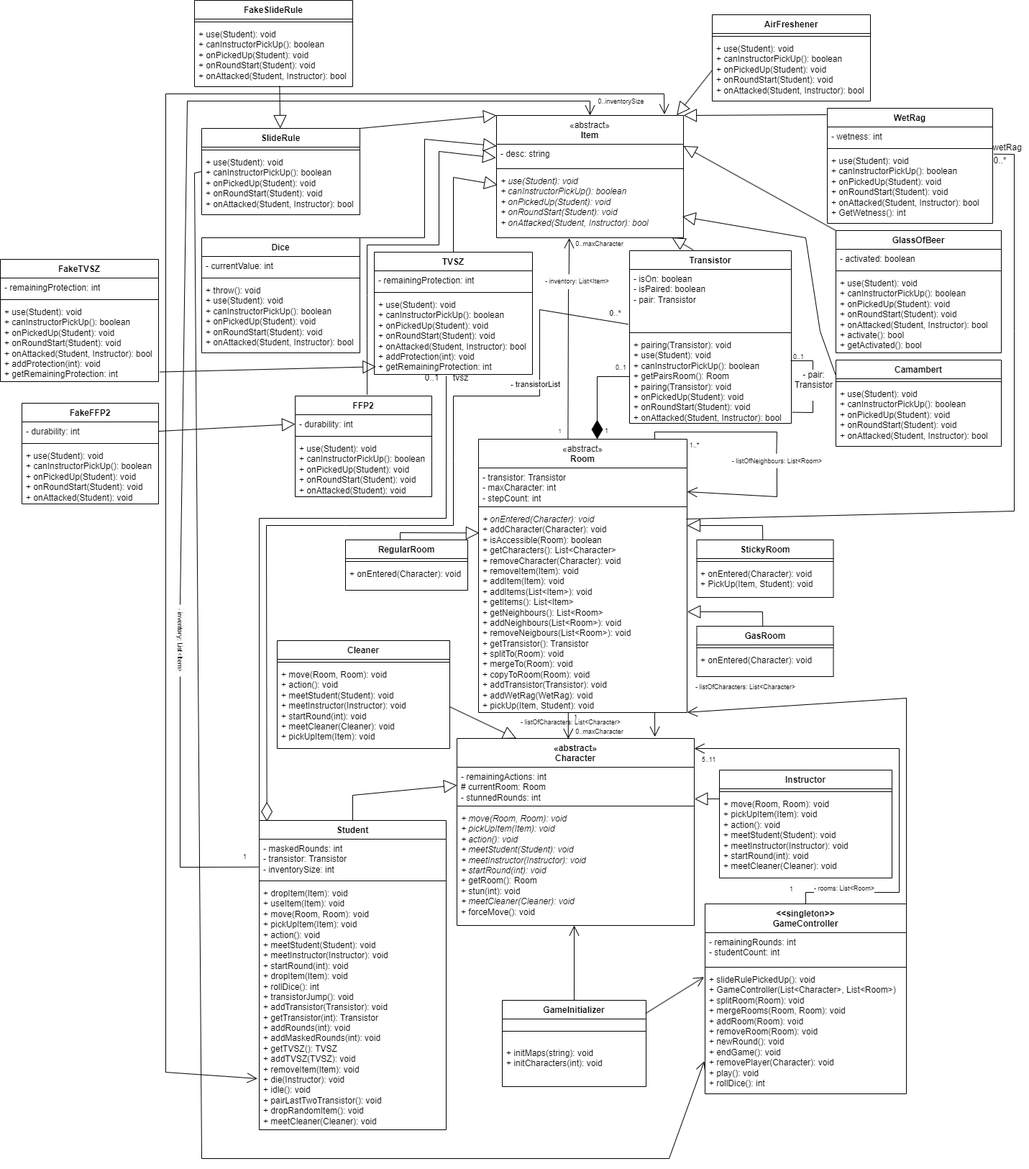
This is Beadások/6. Beadás/Export/Változás-Class Diagram.drawio.png from XanleR/U.B.R.---Projlab-2024, a draw.io export, as it was before one commit. Source tidied: cells renumbered, new cells last; positions are measured from the earlier drawing's top-left corner, leaving out a move shared by most shapes.
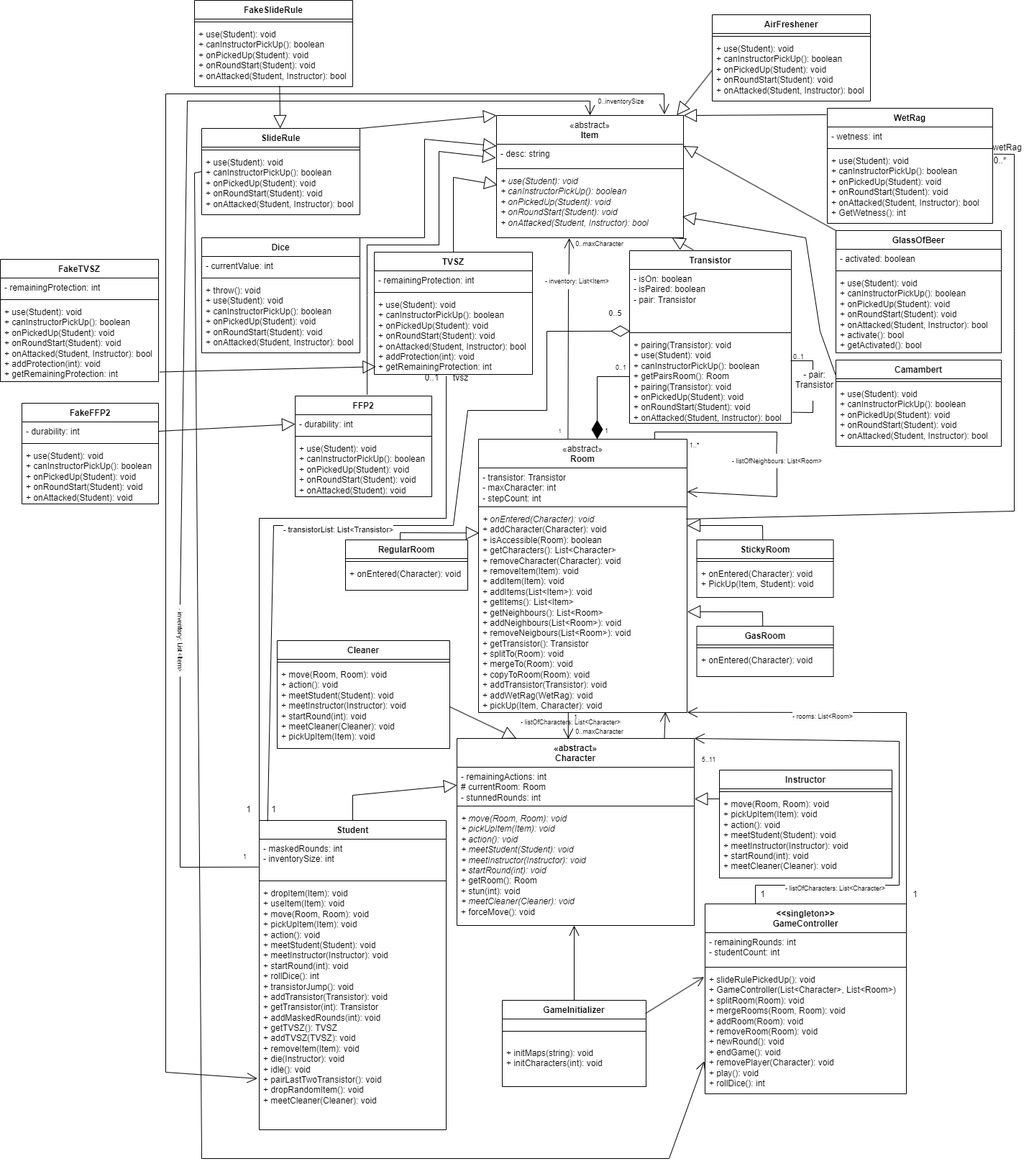
After the change.

What changed in the source:
```diff
@@ -147,3 +147,3 @@
     </mxCell>
-    <mxCell id="44" value="- maskedRounds: int&amp;nbsp;&lt;br&gt;&lt;div&gt;- transistor: Transistor&lt;/div&gt;&lt;div&gt;- inventorySize: int&lt;/div&gt;" style="text;strokeColor=none;fillColor=none;align=left;verticalAlign=top;spacingLeft=4;spacingRight=4;overflow=hidden;points=[[0,0.5],[1,0.5]];portConstraint=eastwest;whiteSpace=wrap;html=1;" parent="43" vertex="1">
+    <mxCell id="44" value="- maskedRounds: int&amp;nbsp;&lt;br&gt;&lt;div&gt;&lt;span style=&quot;background-color: initial;&quot;&gt;- inventorySize: int&lt;/span&gt;&lt;/div&gt;" style="text;strokeColor=none;fillColor=none;align=left;verticalAlign=top;spacingLeft=4;spacingRight=4;overflow=hidden;points=[[0,0.5],[1,0.5]];portConstraint=eastwest;whiteSpace=wrap;html=1;" parent="43" vertex="1">
       <mxGeometry y="26" width="260" height="54" as="geometry" />
@@ -153,3 +153,3 @@
     </mxCell>
-    <mxCell id="46" value="+ dropItem(Item): void&lt;br&gt;+ useItem(Item): void&lt;div&gt;+ move(Room, Room): void&lt;br&gt;+ pickUpItem(Item): void&lt;br&gt;+ action(): void&lt;br&gt;+ meetStudent(Student): void&lt;br&gt;+ meetInstructor(Instructor): void&lt;div&gt;+ startRound(int): void&lt;/div&gt;&lt;/div&gt;&lt;div&gt;&lt;span style=&quot;background-color: initial;&quot;&gt;+ dropItem(Item): void&lt;/span&gt;&lt;br&gt;&lt;/div&gt;&lt;div&gt;+ rollDice(): int&lt;/div&gt;&lt;div&gt;+ transistorJump(): void&lt;/div&gt;&lt;div&gt;+ addTransistor(Transistor): void&lt;/div&gt;&lt;div&gt;+ getTransistor(int): Transistor&lt;/div&gt;&lt;div&gt;+ addRounds(int): void&lt;/div&gt;&lt;div&gt;+ addMaskedRounds(int): void&lt;/div&gt;&lt;div&gt;+ getTVSZ(): TVSZ&lt;/div&gt;&lt;div&gt;+ addTVSZ(TVSZ): void&lt;/div&gt;&lt;div&gt;+ removeItem(Item): void&lt;/div&gt;&lt;div&gt;+ die(Instructor): void&lt;/div&gt;&lt;div&gt;+ idle(): void&lt;/div&gt;&lt;div&gt;+ pairLastTwoTransistor(): void&lt;/div&gt;&lt;div&gt;+ dropRandomItem(): void&lt;/div&gt;&lt;div&gt;+ meetCleaner(Cleaner): void&lt;br&gt;&lt;/div&gt;" style="text;strokeColor=none;fillColor=none;align=left;verticalAlign=top;spacingLeft=4;spacingRight=4;overflow=hidden;points=[[0,0.5],[1,0.5]];portConstraint=eastwest;whiteSpace=wrap;html=1;" parent="43" vertex="1">
+    <mxCell id="46" value="+ dropItem(Item): void&lt;br&gt;+ useItem(Item): void&lt;div&gt;+ move(Room, Room): void&lt;br&gt;+ pickUpItem(Item): void&lt;br&gt;+ action(): void&lt;br&gt;+ meetStudent(Student): void&lt;br&gt;+ meetInstructor(Instructor): void&lt;div&gt;+ startRound(int): void&lt;/div&gt;&lt;/div&gt;&lt;div&gt;&lt;span style=&quot;background-color: initial;&quot;&gt;+ rollDice(): int&lt;/span&gt;&lt;br&gt;&lt;/div&gt;&lt;div&gt;+ transistorJump(): void&lt;/div&gt;&lt;div&gt;+ addTransistor(Transistor): void&lt;/div&gt;&lt;div&gt;+ getTransistor(int): Transistor&lt;/div&gt;&lt;div&gt;&lt;span style=&quot;background-color: initial;&quot;&gt;+ addMaskedRounds(int): void&lt;/span&gt;&lt;br&gt;&lt;/div&gt;&lt;div&gt;+ getTVSZ(): TVSZ&lt;/div&gt;&lt;div&gt;+ addTVSZ(TVSZ): void&lt;/div&gt;&lt;div&gt;+ removeItem(Item): void&lt;/div&gt;&lt;div&gt;+ die(Instructor): void&lt;/div&gt;&lt;div&gt;+ idle(): void&lt;/div&gt;&lt;div&gt;+ pairLastTwoTransistor(): void&lt;/div&gt;&lt;div&gt;+ dropRandomItem(): void&lt;/div&gt;&lt;div&gt;+ meetCleaner(Cleaner): void&lt;br&gt;&lt;/div&gt;" style="text;strokeColor=none;fillColor=none;align=left;verticalAlign=top;spacingLeft=4;spacingRight=4;overflow=hidden;points=[[0,0.5],[1,0.5]];portConstraint=eastwest;whiteSpace=wrap;html=1;" parent="43" vertex="1">
       <mxGeometry y="88" width="260" height="342" as="geometry" />
@@ -202,3 +202,3 @@
     </mxCell>
-    <mxCell id="61" value="&lt;div&gt;&lt;i style=&quot;background-color: initial;&quot;&gt;+&amp;nbsp;onEntered(Character): void&lt;/i&gt;&lt;br&gt;&lt;/div&gt;+ addCharacter(Character): void&lt;div&gt;+&lt;span style=&quot;background-color: initial; text-align: center;&quot;&gt;&amp;nbsp;isAccessible(Room): boolean&lt;/span&gt;&lt;/div&gt;&lt;div&gt;&lt;span style=&quot;background-color: initial; text-align: center;&quot;&gt;+&lt;/span&gt;&lt;span style=&quot;background-color: initial; text-align: center;&quot;&gt;&amp;nbsp;getCharacters(): List&amp;lt;Character&amp;gt;&lt;/span&gt;&lt;/div&gt;&lt;div&gt;&lt;span style=&quot;background-color: initial; text-align: center;&quot;&gt;+&lt;/span&gt;&lt;span style=&quot;background-color: initial; text-align: center;&quot;&gt;&amp;nbsp;removeCharacter(Character): void&lt;/span&gt;&lt;/div&gt;&lt;div&gt;&lt;span style=&quot;background-color: initial; text-align: center;&quot;&gt;+&amp;nbsp;&lt;/span&gt;&lt;span style=&quot;background-color: initial; text-align: center;&quot;&gt;removeItem(Item): void&lt;/span&gt;&lt;/div&gt;&lt;div&gt;&lt;span style=&quot;background-color: initial; text-align: center;&quot;&gt;+&amp;nbsp;&lt;/span&gt;&lt;span style=&quot;background-color: initial; text-align: center;&quot;&gt;addItem(Item): void&lt;/span&gt;&lt;/div&gt;&lt;div&gt;&lt;span style=&quot;background-color: initial; text-align: center;&quot;&gt;+&amp;nbsp;&lt;/span&gt;&lt;span style=&quot;background-color: initial; text-align: center;&quot;&gt;addItems(List&amp;lt;Item&amp;gt;): void&lt;/span&gt;&lt;/div&gt;&lt;div&gt;&lt;span style=&quot;background-color: initial; text-align: center;&quot;&gt;+&amp;nbsp;&lt;/span&gt;&lt;span style=&quot;background-color: initial; text-align: center;&quot;&gt;getItems(): List&amp;lt;Item&amp;gt;&lt;/span&gt;&lt;/div&gt;&lt;div&gt;&lt;span style=&quot;background-color: initial; text-align: center;&quot;&gt;+&amp;nbsp;&lt;/span&gt;&lt;span style=&quot;background-color: initial; text-align: center;&quot;&gt;getNeighbours(): List&amp;lt;Room&amp;gt;&lt;/span&gt;&lt;/div&gt;&lt;div&gt;&lt;span style=&quot;background-color: initial; text-align: center;&quot;&gt;+&amp;nbsp;&lt;/span&gt;&lt;span style=&quot;background-color: initial; text-align: center;&quot;&gt;addNeighbours(List&amp;lt;Room&amp;gt;): void&lt;/span&gt;&lt;/div&gt;&lt;div&gt;&lt;span style=&quot;background-color: initial; text-align: center;&quot;&gt;+&amp;nbsp;&lt;/span&gt;&lt;span style=&quot;background-color: initial; text-align: center;&quot;&gt;removeNeigbours(List&amp;lt;Room&amp;gt;): void&lt;/span&gt;&lt;/div&gt;&lt;div&gt;&lt;span style=&quot;background-color: initial; text-align: center;&quot;&gt;+ getTransistor(): Transistor&lt;/span&gt;&lt;/div&gt;&lt;div&gt;&lt;span style=&quot;background-color: initial; text-align: center;&quot;&gt;+ splitTo(Room): void&lt;/span&gt;&lt;/div&gt;&lt;div&gt;&lt;span style=&quot;background-color: initial; text-align: center;&quot;&gt;+ mergeTo(Room): void&lt;/span&gt;&lt;/div&gt;&lt;div&gt;&lt;span style=&quot;background-color: initial; text-align: center;&quot;&gt;+ copyToRoom(Room): void&lt;/span&gt;&lt;/div&gt;&lt;div&gt;&lt;span style=&quot;background-color: initial; text-align: center;&quot;&gt;+ addTransistor(Transistor): void&lt;/span&gt;&lt;/div&gt;&lt;div&gt;&lt;span style=&quot;background-color: initial; text-align: center;&quot;&gt;+ addWetRag(WetRag): void&lt;/span&gt;&lt;/div&gt;&lt;div&gt;&lt;span style=&quot;background-color: initial; text-align: center;&quot;&gt;+ pickUp(Item, Student): void&lt;/span&gt;&lt;/div&gt;" style="text;strokeColor=none;fillColor=none;align=left;verticalAlign=top;spacingLeft=4;spacingRight=4;overflow=hidden;points=[[0,0.5],[1,0.5]];portConstraint=eastwest;whiteSpace=wrap;html=1;" parent="58" vertex="1">
+    <mxCell id="61" value="&lt;div&gt;&lt;i style=&quot;background-color: initial;&quot;&gt;+&amp;nbsp;onEntered(Character): void&lt;/i&gt;&lt;br&gt;&lt;/div&gt;+ addCharacter(Character): void&lt;div&gt;+&lt;span style=&quot;background-color: initial; text-align: center;&quot;&gt;&amp;nbsp;isAccessible(Room): boolean&lt;/span&gt;&lt;/div&gt;&lt;div&gt;&lt;span style=&quot;background-color: initial; text-align: center;&quot;&gt;+&lt;/span&gt;&lt;span style=&quot;background-color: initial; text-align: center;&quot;&gt;&amp;nbsp;getCharacters(): List&amp;lt;Character&amp;gt;&lt;/span&gt;&lt;/div&gt;&lt;div&gt;&lt;span style=&quot;background-color: initial; text-align: center;&quot;&gt;+&lt;/span&gt;&lt;span style=&quot;background-color: initial; text-align: center;&quot;&gt;&amp;nbsp;removeCharacter(Character): void&lt;/span&gt;&lt;/div&gt;&lt;div&gt;&lt;span style=&quot;background-color: initial; text-align: center;&quot;&gt;+&amp;nbsp;&lt;/span&gt;&lt;span style=&quot;background-color: initial; text-align: center;&quot;&gt;removeItem(Item): void&lt;/span&gt;&lt;/div&gt;&lt;div&gt;&lt;span style=&quot;background-color: initial; text-align: center;&quot;&gt;+&amp;nbsp;&lt;/span&gt;&lt;span style=&quot;background-color: initial; text-align: center;&quot;&gt;addItem(Item): void&lt;/span&gt;&lt;/div&gt;&lt;div&gt;&lt;span style=&quot;background-color: initial; text-align: center;&quot;&gt;+&amp;nbsp;&lt;/span&gt;&lt;span style=&quot;background-color: initial; text-align: center;&quot;&gt;addItems(List&amp;lt;Item&amp;gt;): void&lt;/span&gt;&lt;/div&gt;&lt;div&gt;&lt;span style=&quot;background-color: initial; text-align: center;&quot;&gt;+&amp;nbsp;&lt;/span&gt;&lt;span style=&quot;background-color: initial; text-align: center;&quot;&gt;getItems(): List&amp;lt;Item&amp;gt;&lt;/span&gt;&lt;/div&gt;&lt;div&gt;&lt;span style=&quot;background-color: initial; text-align: center;&quot;&gt;+&amp;nbsp;&lt;/span&gt;&lt;span style=&quot;background-color: initial; text-align: center;&quot;&gt;getNeighbours(): List&amp;lt;Room&amp;gt;&lt;/span&gt;&lt;/div&gt;&lt;div&gt;&lt;span style=&quot;background-color: initial; text-align: center;&quot;&gt;+&amp;nbsp;&lt;/span&gt;&lt;span style=&quot;background-color: initial; text-align: center;&quot;&gt;addNeighbours(List&amp;lt;Room&amp;gt;): void&lt;/span&gt;&lt;/div&gt;&lt;div&gt;&lt;span style=&quot;background-color: initial; text-align: center;&quot;&gt;+&amp;nbsp;&lt;/span&gt;&lt;span style=&quot;background-color: initial; text-align: center;&quot;&gt;removeNeigbours(List&amp;lt;Room&amp;gt;): void&lt;/span&gt;&lt;/div&gt;&lt;div&gt;&lt;span style=&quot;background-color: initial; text-align: center;&quot;&gt;+ getTransistor(): Transistor&lt;/span&gt;&lt;/div&gt;&lt;div&gt;&lt;span style=&quot;background-color: initial; text-align: center;&quot;&gt;+ splitTo(Room): void&lt;/span&gt;&lt;/div&gt;&lt;div&gt;&lt;span style=&quot;background-color: initial; text-align: center;&quot;&gt;+ mergeTo(Room): void&lt;/span&gt;&lt;/div&gt;&lt;div&gt;&lt;span style=&quot;background-color: initial; text-align: center;&quot;&gt;+ copyToRoom(Room): void&lt;/span&gt;&lt;/div&gt;&lt;div&gt;&lt;span style=&quot;background-color: initial; text-align: center;&quot;&gt;+ addTransistor(Transistor): void&lt;/span&gt;&lt;/div&gt;&lt;div&gt;&lt;span style=&quot;background-color: initial; text-align: center;&quot;&gt;+ addWetRag(WetRag): void&lt;/span&gt;&lt;/div&gt;&lt;div&gt;&lt;span style=&quot;background-color: initial; text-align: center;&quot;&gt;+ pickUp(Item, Character): void&lt;/span&gt;&lt;/div&gt;" style="text;strokeColor=none;fillColor=none;align=left;verticalAlign=top;spacingLeft=4;spacingRight=4;overflow=hidden;points=[[0,0.5],[1,0.5]];portConstraint=eastwest;whiteSpace=wrap;html=1;" parent="58" vertex="1">
       <mxGeometry y="98" width="290" height="282" as="geometry" />
@@ -369,15 +369,2 @@
     </mxCell>
-    <mxCell id="101" style="endArrow=open;endFill=1;endSize=12;html=1;rounded=0;exitX=0.5;exitY=0;exitDx=0;exitDy=0;entryX=1.003;entryY=0.036;entryDx=0;entryDy=0;entryPerimeter=0;" parent="1" edge="1" source="51">
-      <mxGeometry relative="1" as="geometry">
-        <mxPoint x="965" y="1040" as="targetPoint" />
-        <Array as="points">
-          <mxPoint x="1120" y="1240" />
-          <mxPoint x="1250" y="1240" />
-          <mxPoint x="1250" y="1040" />
-        </Array>
-      </mxGeometry>
-    </mxCell>
-    <mxCell id="102" value="&lt;span style=&quot;color: rgb(0, 0, 0); font-family: Helvetica; font-style: normal; font-variant-ligatures: normal; font-variant-caps: normal; font-weight: 400; letter-spacing: normal; orphans: 2; text-align: left; text-indent: 0px; text-transform: none; widows: 2; word-spacing: 0px; -webkit-text-stroke-width: 0px; white-space: normal; background-color: rgb(251, 251, 251); text-decoration-thickness: initial; text-decoration-style: initial; text-decoration-color: initial; float: none; display: inline !important;&quot;&gt;&lt;font style=&quot;font-size: 9px;&quot;&gt;- listOfCharacters: List&amp;lt;Character&amp;gt;&lt;/font&gt;&lt;/span&gt;" style="text;whiteSpace=wrap;html=1;" parent="1" vertex="1">
-      <mxGeometry x="965" y="940" width="197" height="30" as="geometry" />
-    </mxCell>
     <mxCell id="103" value="&lt;span style=&quot;font-weight: normal;&quot;&gt;&lt;font style=&quot;font-size: 9px;&quot;&gt;1&lt;/font&gt;&lt;/span&gt;" style="text;align=center;fontStyle=1;verticalAlign=middle;spacingLeft=3;spacingRight=3;strokeColor=none;html=1;" parent="1" vertex="1">
@@ -391,3 +378,3 @@
         <Array as="points">
-          <mxPoint x="1260" y="970" />
+          <mxPoint x="1260" y="990" />
         </Array>
@@ -395,24 +382,2 @@
     </mxCell>
-    <mxCell id="106" value="&lt;div style=&quot;color: rgb(0, 0, 0); font-family: Helvetica; font-style: normal; font-variant-ligatures: normal; font-variant-caps: normal; font-weight: 400; letter-spacing: normal; orphans: 2; text-align: left; text-indent: 0px; text-transform: none; widows: 2; word-spacing: 0px; -webkit-text-stroke-width: 0px; white-space: normal; background-color: rgb(251, 251, 251); text-decoration-thickness: initial; text-decoration-style: initial; text-decoration-color: initial;&quot;&gt;&lt;font style=&quot;font-size: 9px;&quot;&gt;- rooms: List&amp;lt;Room&amp;gt;&lt;/font&gt;&lt;/div&gt;" style="text;whiteSpace=wrap;html=1;" parent="1" vertex="1">
-      <mxGeometry x="1130" y="1220" width="90" height="30" as="geometry" />
-    </mxCell>
-    <mxCell id="107" style="endArrow=diamondThin;endFill=0;endSize=24;html=1;rounded=0;exitX=-0.01;exitY=0.856;exitDx=0;exitDy=0;exitPerimeter=0;entryX=0.041;entryY=0.003;entryDx=0;entryDy=0;entryPerimeter=0;" parent="1" edge="1" target="43">
-      <mxGeometry relative="1" as="geometry">
-        <mxPoint x="873.1" y="450.2" as="sourcePoint" />
-        <Array as="points">
-          <mxPoint x="750" y="430" />
-          <mxPoint x="750" y="550" />
-          <mxPoint x="630" y="550" />
-          <mxPoint x="630" y="640" />
-          <mxPoint x="630" y="730" />
-          <mxPoint x="480" y="730" />
-          <mxPoint x="370" y="730" />
-        </Array>
-      </mxGeometry>
-    </mxCell>
-    <mxCell id="108" value="- transistorList" style="edgeLabel;html=1;align=center;verticalAlign=middle;" parent="107" vertex="1">
-      <mxGeometry x="-0.95" y="1" relative="1" as="geometry">
-        <mxPoint x="-98" y="88" as="offset" />
-      </mxGeometry>
-    </mxCell>
     <mxCell id="109" style="endArrow=block;endSize=16;endFill=0;html=1;rounded=0;exitX=-0.003;exitY=0.167;exitDx=0;exitDy=0;exitPerimeter=0;entryX=0.994;entryY=0.68;entryDx=0;entryDy=0;entryPerimeter=0;" parent="1" edge="1" source="14" target="5">
@@ -425,3 +390,3 @@
     </mxCell>
-    <mxCell id="110" value="&lt;font style=&quot;font-size: 11px;&quot;&gt;0..*&lt;/font&gt;" style="text;html=1;align=center;verticalAlign=middle;strokeColor=none;fillColor=none;" parent="1" vertex="1">
+    <mxCell id="110" value="&lt;font style=&quot;font-size: 11px;&quot;&gt;0..5&lt;/font&gt;" style="text;html=1;align=center;verticalAlign=middle;strokeColor=none;fillColor=none;" parent="1" vertex="1">
       <mxGeometry x="835" y="420" width="40" height="30" as="geometry" />
@@ -442,7 +407,2 @@
     </mxCell>
-    <mxCell id="113" style="endArrow=open;endFill=1;endSize=12;html=1;rounded=0;entryX=0.834;entryY=-0.009;entryDx=0;entryDy=0;entryPerimeter=0;" parent="1" edge="1" target="39">
-      <mxGeometry relative="1" as="geometry">
-        <mxPoint x="910" y="990" as="sourcePoint" />
-      </mxGeometry>
-    </mxCell>
     <mxCell id="114" style="endArrow=open;endFill=1;endSize=12;html=1;rounded=0;entryX=0.843;entryY=1.002;entryDx=0;entryDy=0;entryPerimeter=0;" parent="1" edge="1" target="61">
@@ -567,2 +527,48 @@
     </mxCell>
+    <mxCell id="148" style="endArrow=open;endFill=1;endSize=12;html=1;rounded=0;exitX=0.25;exitY=0;exitDx=0;exitDy=0;entryX=1;entryY=0;entryDx=0;entryDy=0;" parent="1" edge="1" source="51" target="39">
+      <mxGeometry relative="1" as="geometry">
+        <Array as="points">
+          <mxPoint x="1050" y="1230" />
+          <mxPoint x="1250" y="1230" />
+          <mxPoint x="1250" y="1030" />
+        </Array>
+      </mxGeometry>
+    </mxCell>
+    <mxCell id="102" value="&lt;span style=&quot;color: rgb(0, 0, 0); font-family: Helvetica; font-style: normal; font-variant-ligatures: normal; font-variant-caps: normal; font-weight: 400; letter-spacing: normal; orphans: 2; text-align: left; text-indent: 0px; text-transform: none; widows: 2; word-spacing: 0px; -webkit-text-stroke-width: 0px; white-space: normal; background-color: rgb(251, 251, 251); text-decoration-thickness: initial; text-decoration-style: initial; text-decoration-color: initial; float: none; display: inline !important;&quot;&gt;&lt;font style=&quot;font-size: 9px;&quot;&gt;- listOfCharacters: List&amp;lt;Character&amp;gt;&lt;/font&gt;&lt;/span&gt;" style="text;whiteSpace=wrap;html=1;" parent="1" vertex="1">
+      <mxGeometry x="1090" y="1220" width="197" height="30" as="geometry" />
+    </mxCell>
+    <mxCell id="149" value="1" style="text;html=1;align=center;verticalAlign=middle;strokeColor=none;fillColor=none;" parent="1" vertex="1">
+      <mxGeometry x="1045" y="1228" width="30" height="30" as="geometry" />
+    </mxCell>
+    <mxCell id="150" value="1" style="text;html=1;align=center;verticalAlign=middle;strokeColor=none;fillColor=none;" parent="1" vertex="1">
+      <mxGeometry x="1257" y="1228" width="30" height="30" as="geometry" />
+    </mxCell>
+    <mxCell id="106" value="&lt;span style=&quot;color: rgb(0, 0, 0); font-family: Helvetica; font-style: normal; font-variant-ligatures: normal; font-variant-caps: normal; font-weight: 400; letter-spacing: normal; orphans: 2; text-align: left; text-indent: 0px; text-transform: none; widows: 2; word-spacing: 0px; -webkit-text-stroke-width: 0px; white-space: normal; background-color: rgb(251, 251, 251); text-decoration-thickness: initial; text-decoration-style: initial; text-decoration-color: initial; float: none; display: inline !important;&quot;&gt;&lt;font style=&quot;font-size: 9px;&quot;&gt;- rooms: List&amp;lt;Room&amp;gt;&lt;/font&gt;&lt;/span&gt;" style="text;whiteSpace=wrap;html=1;" parent="1" vertex="1">
+      <mxGeometry x="1100" y="981" width="197" height="30" as="geometry" />
+    </mxCell>
+    <mxCell id="151" style="endArrow=open;endFill=1;endSize=12;html=1;rounded=0;entryX=0.896;entryY=0.996;entryDx=0;entryDy=0;entryPerimeter=0;exitX=0.874;exitY=0.002;exitDx=0;exitDy=0;exitPerimeter=0;" parent="1" edge="1" source="39" target="61">
+      <mxGeometry relative="1" as="geometry" />
+    </mxCell>
+    <mxCell id="152" style="endArrow=diamondThin;endFill=0;endSize=24;html=1;rounded=0;entryX=0.003;entryY=1.021;entryDx=0;entryDy=0;entryPerimeter=0;exitX=0.045;exitY=0.002;exitDx=0;exitDy=0;exitPerimeter=0;" parent="1" edge="1" source="43" target="67">
+      <mxGeometry relative="1" as="geometry">
+        <Array as="points">
+          <mxPoint x="380" y="730" />
+          <mxPoint x="630" y="730" />
+          <mxPoint x="650" y="570" />
+          <mxPoint x="760" y="570" />
+          <mxPoint x="760" y="460" />
+        </Array>
+      </mxGeometry>
+    </mxCell>
+    <mxCell id="153" value="- transistorList: List&amp;lt;Transistor&amp;gt;" style="edgeLabel;html=1;align=center;verticalAlign=middle;" parent="152" vertex="1">
+      <mxGeometry x="0.51" y="2" relative="1" as="geometry">
+        <mxPoint x="-232" y="167" as="offset" />
+      </mxGeometry>
+    </mxCell>
+    <mxCell id="154" value="1" style="text;html=1;align=center;verticalAlign=middle;strokeColor=none;fillColor=none;" parent="1" vertex="1">
+      <mxGeometry x="365" y="1110" width="30" height="30" as="geometry" />
+    </mxCell>
+    <mxCell id="155" value="1" style="text;html=1;align=center;verticalAlign=middle;strokeColor=none;fillColor=none;" parent="1" vertex="1">
+      <mxGeometry x="330" y="1110" width="30" height="30" as="geometry" />
+    </mxCell>
   </root>
```
